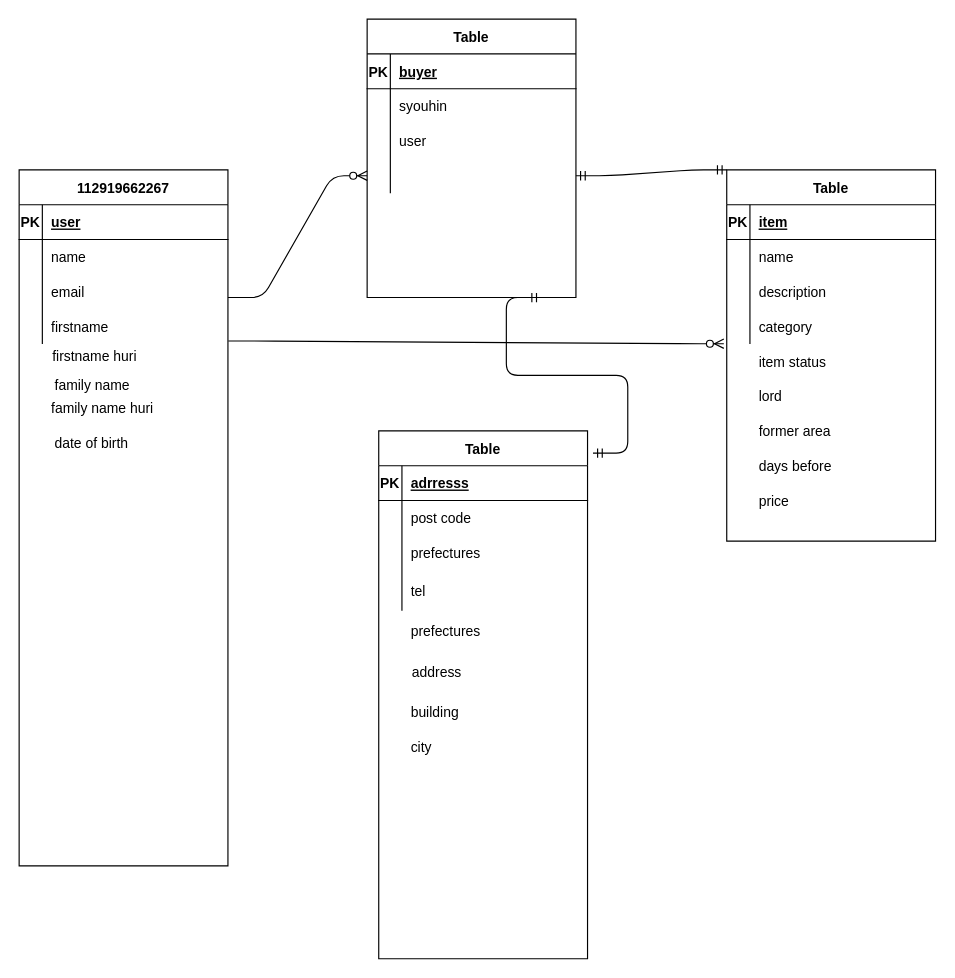
Before: test.dio in jangojanga/furima-38171, a draw.io diagram. Source tidied: cells renumbered, new cells numbered last; positions are measured from the earlier drawing's top-left corner, leaving out a move shared by most shapes. Both pictures are drawn from the tidied source at 116%, with x=0, y=0 at pixel (19, 19).
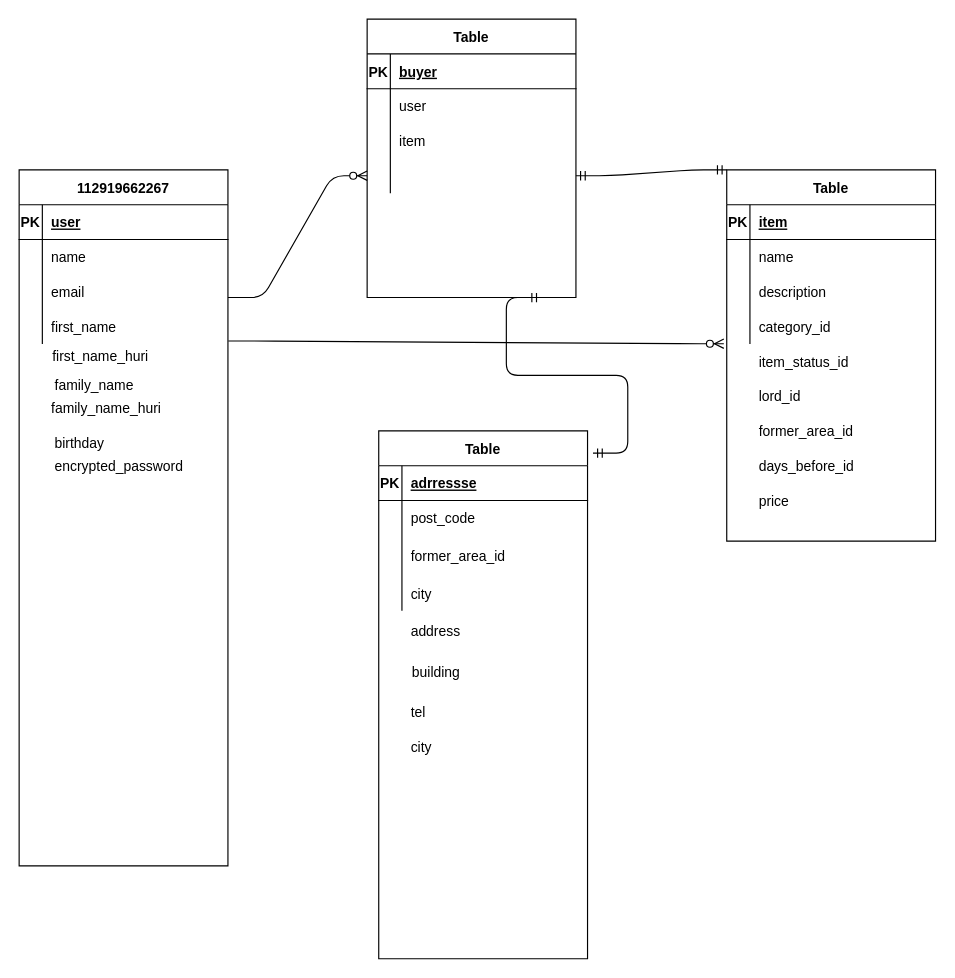
Above is the later version.

Unchanged cells that the change refers to:
```xml
<mxCell id="12" style="shape=partialRectangle;fillColor=none;top=0;left=0;bottom=0;right=0;points=[[0,0.5],[1,0.5]];portConstraint=eastwest;" parent="2" vertex="1">
  <mxGeometry y="120" width="180" height="30" as="geometry" />
</mxCell>
<mxCell id="25" style="shape=partialRectangle;fillColor=none;top=0;left=0;bottom=0;right=0;points=[[0,0.5],[1,0.5]];portConstraint=eastwest;" parent="15" vertex="1">
  <mxGeometry y="120" width="180" height="30" as="geometry" />
</mxCell>
<mxCell id="32" style="shape=partialRectangle;fillColor=none;top=0;left=0;bottom=0;right=0;" parent="28" vertex="1">
  <mxGeometry y="60" width="180" height="30" as="geometry" />
</mxCell>
<mxCell id="35" style="shape=partialRectangle;fillColor=none;top=0;left=0;bottom=0;right=0;" parent="28" vertex="1">
  <mxGeometry y="90" width="180" height="30" as="geometry" />
</mxCell>
<mxCell id="41" value="Table" style="shape=table;startSize=30;childLayout=tableLayout;rowLines=0;fontStyle=1;align=center;" parent="1" vertex="1">
  <mxGeometry x="310" y="355" width="180" height="455" as="geometry" />
</mxCell>
<mxCell id="42" style="shape=partialRectangle;fillColor=none;top=0;left=0;bottom=1;right=0;" parent="41" vertex="1">
  <mxGeometry y="30" width="180" height="30" as="geometry" />
</mxCell>
<mxCell id="45" style="shape=partialRectangle;fillColor=none;top=0;left=0;bottom=0;right=0;" parent="41" vertex="1">
  <mxGeometry y="60" width="180" height="30" as="geometry" />
</mxCell>
```

The edit, as a diff of the source:
```diff
@@
-    <mxCell id="14" value="firstname" style="shape=partialRectangle;fillColor=none;top=0;left=0;bottom=0;right=0;align=left;spacingLeft=6;overflow=hidden;" parent="12" vertex="1">
+    <mxCell id="14" value="first_name" style="shape=partialRectangle;fillColor=none;top=0;left=0;bottom=0;right=0;align=left;spacingLeft=6;overflow=hidden;" parent="12" vertex="1">
       <mxGeometry x="20" width="160" height="30" as="geometry" />
     </mxCell>
@@
-    <mxCell id="27" value="category" style="shape=partialRectangle;fillColor=none;top=0;left=0;bottom=0;right=0;align=left;spacingLeft=6;overflow=hidden;" parent="25" vertex="1">
+    <mxCell id="27" value="category_id" style="shape=partialRectangle;fillColor=none;top=0;left=0;bottom=0;right=0;align=left;spacingLeft=6;overflow=hidden;" parent="25" vertex="1">
       <mxGeometry x="20" width="160" height="30" as="geometry" />
     </mxCell>
@@
-    <mxCell id="34" value="syouhin" style="shape=partialRectangle;fillColor=none;top=0;left=0;bottom=0;right=0;align=left;spacingLeft=6;overflow=hidden;" parent="32" vertex="1">
+    <mxCell id="34" value="user" style="shape=partialRectangle;fillColor=none;top=0;left=0;bottom=0;right=0;align=left;spacingLeft=6;overflow=hidden;" parent="32" vertex="1">
       <mxGeometry x="20" width="160" height="30" as="geometry" />
     </mxCell>
@@
-    <mxCell id="37" value="user" style="shape=partialRectangle;fillColor=none;top=0;left=0;bottom=0;right=0;align=left;spacingLeft=6;overflow=hidden;" parent="35" vertex="1">
+    <mxCell id="37" value="item" style="shape=partialRectangle;fillColor=none;top=0;left=0;bottom=0;right=0;align=left;spacingLeft=6;overflow=hidden;" parent="35" vertex="1">
       <mxGeometry x="20" width="160" height="30" as="geometry" />
     </mxCell>
@@
-    <mxCell id="44" value="adrresss" style="shape=partialRectangle;fillColor=none;top=0;left=0;bottom=0;right=0;align=left;spacingLeft=6;fontStyle=5;overflow=hidden;" parent="42" vertex="1">
+    <mxCell id="44" value="adrressse" style="shape=partialRectangle;fillColor=none;top=0;left=0;bottom=0;right=0;align=left;spacingLeft=6;fontStyle=5;overflow=hidden;" parent="42" vertex="1">
       <mxGeometry x="20" width="160" height="30" as="geometry" />
     </mxCell>
@@
-    <mxCell id="47" value="post code" style="shape=partialRectangle;fillColor=none;top=0;left=0;bottom=0;right=0;align=left;spacingLeft=6;overflow=hidden;" parent="45" vertex="1">
+    <mxCell id="47" value="post_code" style="shape=partialRectangle;fillColor=none;top=0;left=0;bottom=0;right=0;align=left;spacingLeft=6;overflow=hidden;" parent="45" vertex="1">
       <mxGeometry x="20" width="160" height="30" as="geometry" />
     </mxCell>
+    <mxCell id="51" style="shape=partialRectangle;fillColor=none;top=0;left=0;bottom=0;right=0;" parent="41" vertex="1">
+      <mxGeometry y="90" width="180" height="35" as="geometry" />
+    </mxCell>
+    <mxCell id="52" style="shape=partialRectangle;fillColor=none;top=0;left=0;bottom=0;right=0;overflow=hidden;" parent="51" vertex="1">
+      <mxGeometry width="20" height="35" as="geometry" />
+    </mxCell>
+    <mxCell id="53" value="former_area_id" style="shape=partialRectangle;fillColor=none;top=0;left=0;bottom=0;right=0;align=left;spacingLeft=6;overflow=hidden;" parent="51" vertex="1">
+      <mxGeometry x="20" width="160" height="35" as="geometry" />
+    </mxCell>
     <mxCell id="48" style="shape=partialRectangle;fillColor=none;top=0;left=0;bottom=0;right=0;" parent="41" vertex="1">
-      <mxGeometry y="90" width="180" height="30" as="geometry" />
+      <mxGeometry y="125" width="180" height="30" as="geometry" />
     </mxCell>
@@
-    <mxCell id="50" value="prefectures" style="shape=partialRectangle;fillColor=none;top=0;left=0;bottom=0;right=0;align=left;spacingLeft=6;overflow=hidden;" parent="48" vertex="1">
+    <mxCell id="50" value="city" style="shape=partialRectangle;fillColor=none;top=0;left=0;bottom=0;right=0;align=left;spacingLeft=6;overflow=hidden;" parent="48" vertex="1">
       <mxGeometry x="20" width="160" height="30" as="geometry" />
     </mxCell>
-    <mxCell id="51" style="shape=partialRectangle;fillColor=none;top=0;left=0;bottom=0;right=0;" parent="41" vertex="1">
-      <mxGeometry y="120" width="180" height="35" as="geometry" />
-    </mxCell>
-    <mxCell id="52" style="shape=partialRectangle;fillColor=none;top=0;left=0;bottom=0;right=0;overflow=hidden;" parent="51" vertex="1">
-      <mxGeometry width="20" height="35" as="geometry" />
-    </mxCell>
-    <mxCell id="53" value="tel" style="shape=partialRectangle;fillColor=none;top=0;left=0;bottom=0;right=0;align=left;spacingLeft=6;overflow=hidden;" parent="51" vertex="1">
-      <mxGeometry x="20" width="160" height="35" as="geometry" />
-    </mxCell>
-    <mxCell id="54" value="item status" style="shape=partialRectangle;fillColor=none;top=0;left=0;bottom=0;right=0;align=left;spacingLeft=6;overflow=hidden;" parent="1" vertex="1">
+    <mxCell id="54" value="item_status_id" style="shape=partialRectangle;fillColor=none;top=0;left=0;bottom=0;right=0;align=left;spacingLeft=6;overflow=hidden;" parent="1" vertex="1">
       <mxGeometry x="630" y="280" width="160" height="30" as="geometry" />
     </mxCell>
-    <mxCell id="55" value="lord" style="shape=partialRectangle;fillColor=none;top=0;left=0;bottom=0;right=0;align=left;spacingLeft=6;overflow=hidden;" parent="1" vertex="1">
+    <mxCell id="55" value="lord_id" style="shape=partialRectangle;fillColor=none;top=0;left=0;bottom=0;right=0;align=left;spacingLeft=6;overflow=hidden;" parent="1" vertex="1">
       <mxGeometry x="630" y="310" width="160" height="30" as="geometry" />
     </mxCell>
-    <mxCell id="56" value="days before" style="shape=partialRectangle;fillColor=none;top=0;left=0;bottom=0;right=0;align=left;spacingLeft=6;overflow=hidden;" parent="1" vertex="1">
+    <mxCell id="56" value="days_before_id" style="shape=partialRectangle;fillColor=none;top=0;left=0;bottom=0;right=0;align=left;spacingLeft=6;overflow=hidden;" parent="1" vertex="1">
       <mxGeometry x="630" y="370" width="160" height="30" as="geometry" />
     </mxCell>
-    <mxCell id="57" value="former area" style="shape=partialRectangle;fillColor=none;top=0;left=0;bottom=0;right=0;align=left;spacingLeft=6;overflow=hidden;" parent="1" vertex="1">
+    <mxCell id="57" value="former_area_id" style="shape=partialRectangle;fillColor=none;top=0;left=0;bottom=0;right=0;align=left;spacingLeft=6;overflow=hidden;" parent="1" vertex="1">
       <mxGeometry x="630" y="340" width="160" height="30" as="geometry" />
     </mxCell>
@@
-    <mxCell id="61" value="firstname huri" style="shape=partialRectangle;fillColor=none;top=0;left=0;bottom=0;right=0;align=left;spacingLeft=6;overflow=hidden;" parent="1" vertex="1">
+    <mxCell id="61" value="first_name_huri" style="shape=partialRectangle;fillColor=none;top=0;left=0;bottom=0;right=0;align=left;spacingLeft=6;overflow=hidden;" parent="1" vertex="1">
       <mxGeometry x="21" y="275" width="160" height="30" as="geometry" />
     </mxCell>
-    <mxCell id="62" value="family name" style="shape=partialRectangle;fillColor=none;top=0;left=0;bottom=0;right=0;align=left;spacingLeft=6;overflow=hidden;" parent="1" vertex="1">
+    <mxCell id="62" value="family_name" style="shape=partialRectangle;fillColor=none;top=0;left=0;bottom=0;right=0;align=left;spacingLeft=6;overflow=hidden;" parent="1" vertex="1">
       <mxGeometry x="23" y="300" width="160" height="30" as="geometry" />
     </mxCell>
-    <mxCell id="63" value="family name huri" style="shape=partialRectangle;fillColor=none;top=0;left=0;bottom=0;right=0;align=left;spacingLeft=6;overflow=hidden;" parent="1" vertex="1">
+    <mxCell id="63" value="family_name_huri" style="shape=partialRectangle;fillColor=none;top=0;left=0;bottom=0;right=0;align=left;spacingLeft=6;overflow=hidden;" parent="1" vertex="1">
       <mxGeometry x="20" y="320" width="160" height="30" as="geometry" />
     </mxCell>
-    <mxCell id="64" value="date of birth" style="shape=partialRectangle;fillColor=none;top=0;left=0;bottom=0;right=0;align=left;spacingLeft=6;overflow=hidden;" parent="1" vertex="1">
+    <mxCell id="64" value="birthday" style="shape=partialRectangle;fillColor=none;top=0;left=0;bottom=0;right=0;align=left;spacingLeft=6;overflow=hidden;" parent="1" vertex="1">
       <mxGeometry x="23" y="350" width="160" height="30" as="geometry" />
     </mxCell>
-    <mxCell id="65" value="prefectures" style="shape=partialRectangle;fillColor=none;top=0;left=0;bottom=0;right=0;align=left;spacingLeft=6;overflow=hidden;" parent="1" vertex="1">
+    <mxCell id="65" value="address" style="shape=partialRectangle;fillColor=none;top=0;left=0;bottom=0;right=0;align=left;spacingLeft=6;overflow=hidden;" parent="1" vertex="1">
       <mxGeometry x="330" y="510" width="160" height="35" as="geometry" />
     </mxCell>
-    <mxCell id="66" value="address" style="shape=partialRectangle;fillColor=none;top=0;left=0;bottom=0;right=0;align=left;spacingLeft=6;overflow=hidden;" parent="1" vertex="1">
+    <mxCell id="66" value="building" style="shape=partialRectangle;fillColor=none;top=0;left=0;bottom=0;right=0;align=left;spacingLeft=6;overflow=hidden;" parent="1" vertex="1">
       <mxGeometry x="331" y="545" width="160" height="35" as="geometry" />
     </mxCell>
-    <mxCell id="67" value="building" style="shape=partialRectangle;fillColor=none;top=0;left=0;bottom=0;right=0;align=left;spacingLeft=6;overflow=hidden;" parent="1" vertex="1">
+    <mxCell id="67" value="tel" style="shape=partialRectangle;fillColor=none;top=0;left=0;bottom=0;right=0;align=left;spacingLeft=6;overflow=hidden;" parent="1" vertex="1">
       <mxGeometry x="330" y="580" width="160" height="35" as="geometry" />
     </mxCell>
@@
+    <mxCell id="71" value="encrypted_password" style="shape=partialRectangle;fillColor=none;top=0;left=0;bottom=0;right=0;align=left;spacingLeft=6;overflow=hidden;" parent="1" vertex="1">
+      <mxGeometry x="23" y="370" width="160" height="30" as="geometry" />
+    </mxCell>
```
